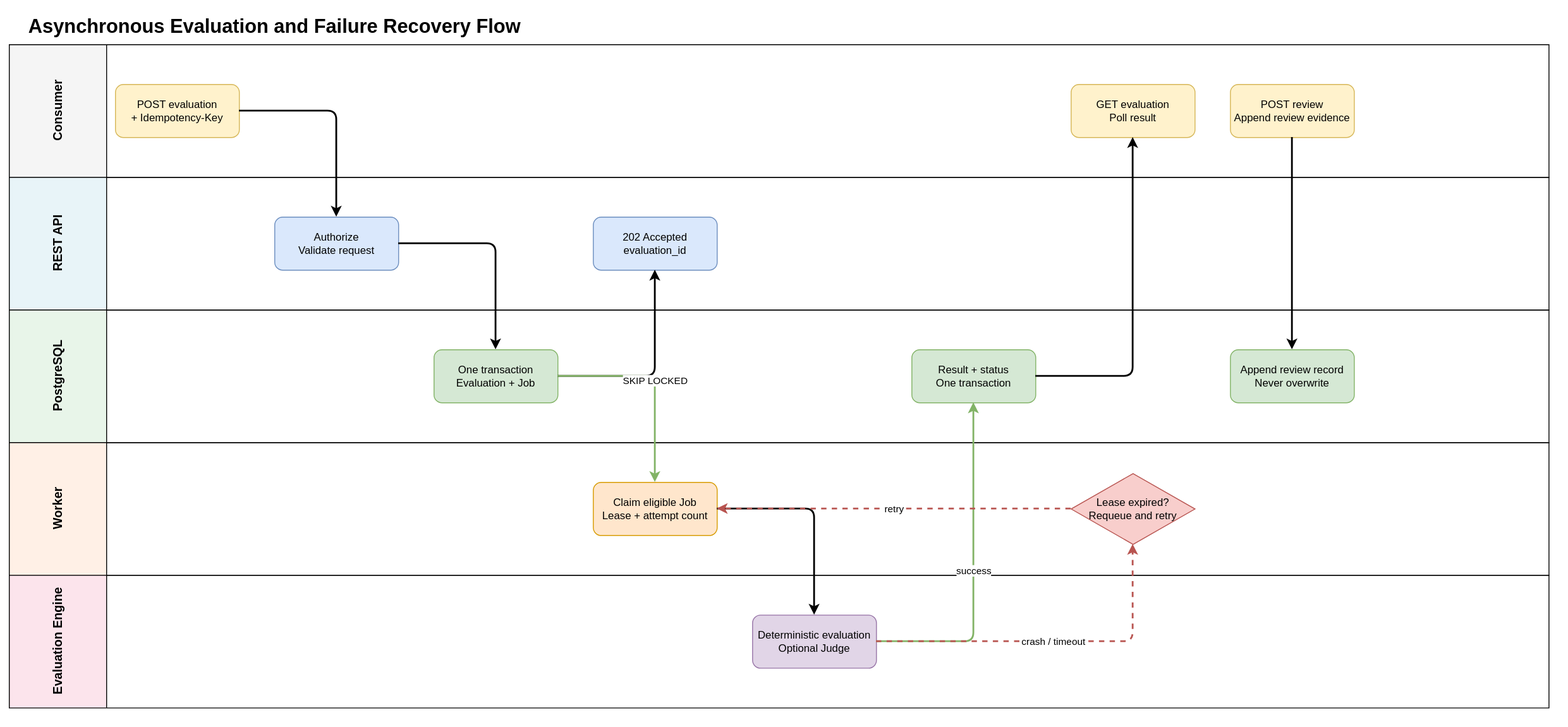
gjnzsu/ai-evaluation-service keeps this draw.io diagram as docs/diagrams/ai-evaluation-service-poc-english-async-flow.drawio.svg. Above is the earlier version. Source tidied: cells renumbered, new cells last; positions are measured from the earlier drawing's top-left corner, leaving out a move shared by most shapes.
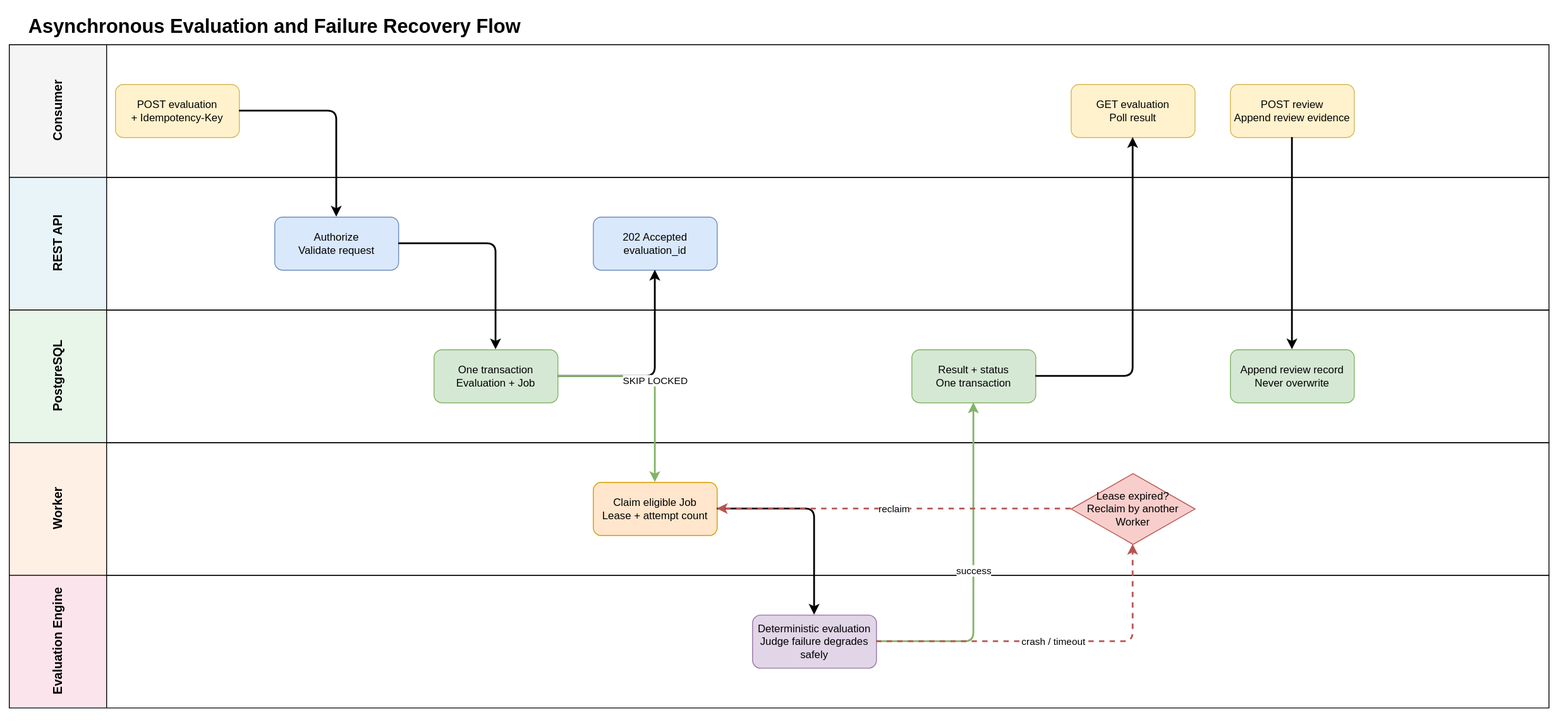
The same file after the commit.

Commit message:
docs: align time-boxed evaluation service poc

Diff of the diagram source:
```diff
@@ -35,7 +35,7 @@
     <mxCell id="12" value="Claim eligible Job&lt;br&gt;Lease + attempt count" style="rounded=1;whiteSpace=wrap;html=1;fillColor=#ffe6cc;strokeColor=#d79b00;" parent="6" vertex="1">
       <mxGeometry x="660" y="45" width="140" height="60" as="geometry" />
     </mxCell>
-    <mxCell id="13" value="Deterministic evaluation&lt;br&gt;Optional Judge" style="rounded=1;whiteSpace=wrap;html=1;fillColor=#e1d5e7;strokeColor=#9673a6;" parent="7" vertex="1">
+    <mxCell id="13" value="Deterministic evaluation&lt;br&gt;Judge failure degrades safely" style="rounded=1;whiteSpace=wrap;html=1;fillColor=#e1d5e7;strokeColor=#9673a6;" parent="7" vertex="1">
       <mxGeometry x="840" y="45" width="140" height="60" as="geometry" />
     </mxCell>
     <mxCell id="14" value="Result + status&lt;br&gt;One transaction" style="rounded=1;whiteSpace=wrap;html=1;fillColor=#d5e8d4;strokeColor=#82b366;" parent="5" vertex="1">
@@ -47,7 +47,7 @@
     <mxCell id="16" value="POST review&lt;br&gt;Append review evidence" style="rounded=1;whiteSpace=wrap;html=1;fillColor=#fff2cc;strokeColor=#d6b656;" parent="3" vertex="1">
       <mxGeometry x="1380" y="45" width="140" height="60" as="geometry" />
     </mxCell>
-    <mxCell id="17" value="Lease expired?&lt;br&gt;Requeue and retry" style="rhombus;whiteSpace=wrap;html=1;fillColor=#f8cecc;strokeColor=#b85450;" parent="6" vertex="1">
+    <mxCell id="17" value="Lease expired?&lt;br&gt;Reclaim by another Worker" style="rhombus;whiteSpace=wrap;html=1;fillColor=#f8cecc;strokeColor=#b85450;" parent="6" vertex="1">
       <mxGeometry x="1200" y="35" width="140" height="80" as="geometry" />
     </mxCell>
     <mxCell id="18" value="Append review record&lt;br&gt;Never overwrite" style="rounded=1;whiteSpace=wrap;html=1;fillColor=#d5e8d4;strokeColor=#82b366;" parent="5" vertex="1">
@@ -74,7 +74,7 @@
     <mxCell id="25" value="crash / timeout" style="edgeStyle=orthogonalEdgeStyle;rounded=1;html=1;endArrow=classic;dashed=1;strokeWidth=2;strokeColor=#b85450;" parent="1" edge="1" source="13" target="17">
       <mxGeometry relative="1" as="geometry" />
     </mxCell>
-    <mxCell id="26" value="retry" style="edgeStyle=orthogonalEdgeStyle;rounded=1;html=1;endArrow=classic;dashed=1;strokeWidth=2;strokeColor=#b85450;" parent="1" edge="1" source="17" target="12">
+    <mxCell id="26" value="reclaim" style="edgeStyle=orthogonalEdgeStyle;rounded=1;html=1;endArrow=classic;dashed=1;strokeWidth=2;strokeColor=#b85450;" parent="1" edge="1" source="17" target="12">
       <mxGeometry relative="1" as="geometry" />
     </mxCell>
     <mxCell id="27" style="edgeStyle=orthogonalEdgeStyle;rounded=1;html=1;endArrow=classic;strokeWidth=2;" parent="1" edge="1" source="14" target="15">
```
